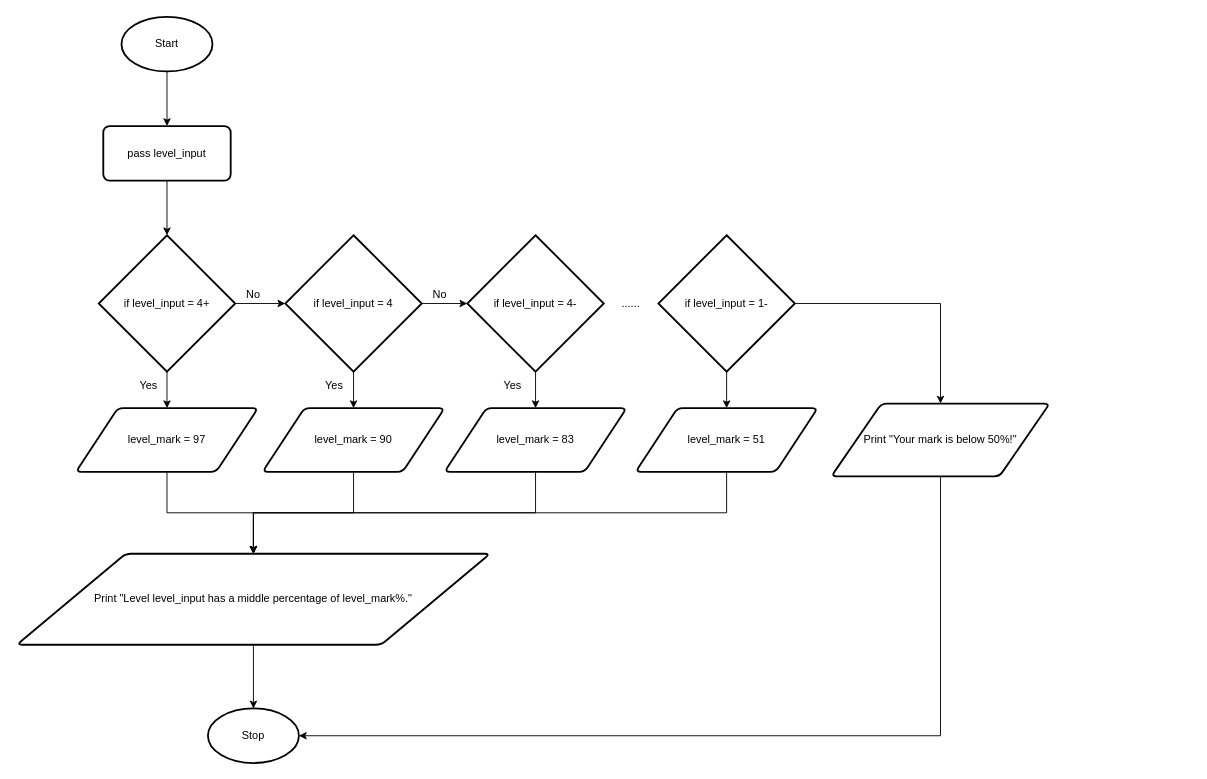
Earlier version of the draw.io diagram design.flowchart.drawio (Yiyun-Qin/ICS3U-Unit5-03-Python). Source tidied: cells renumbered, new cells numbered last; positions are measured from the earlier drawing's top-left corner, leaving out a move shared by most shapes. Both pictures are drawn from the tidied source at 91%, with x=0, y=0 at pixel (16, 16).
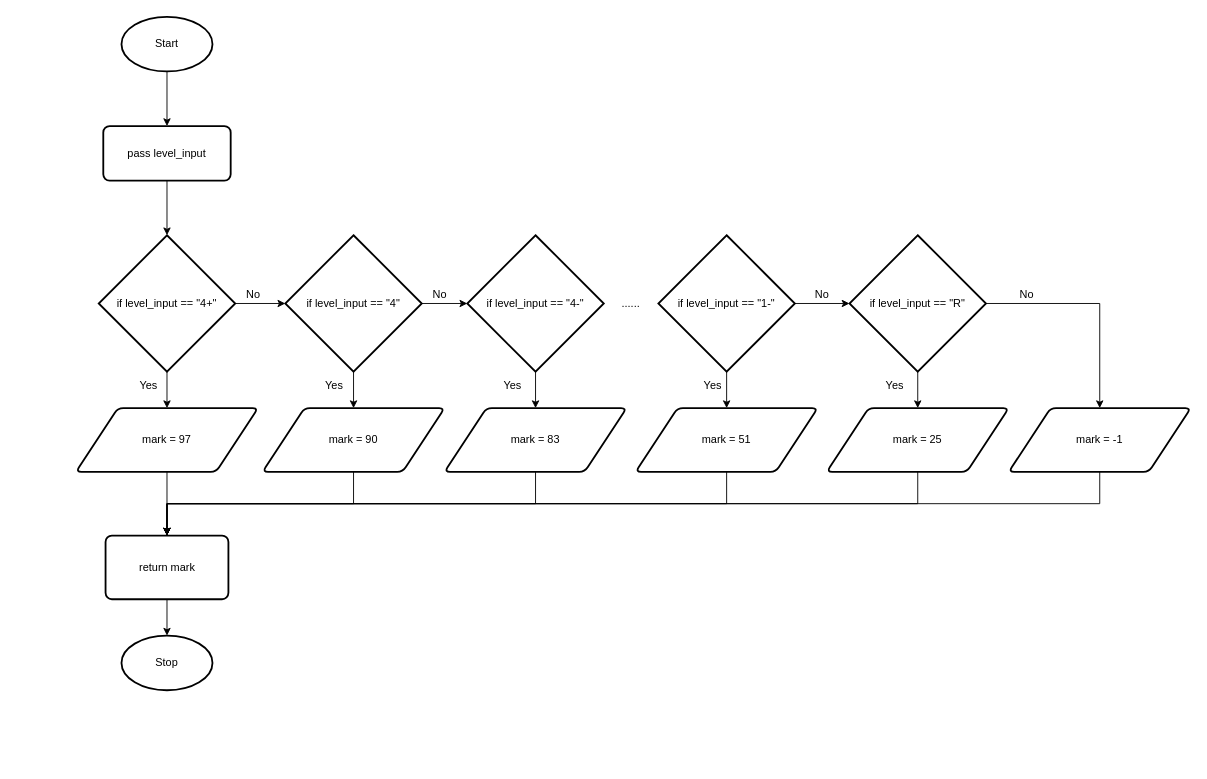
After the change.

Change to the diagram source:
```diff
@@
     <mxCell id="4" value="Stop" style="strokeWidth=2;html=1;shape=mxgraph.flowchart.start_1;whiteSpace=wrap;" parent="1" vertex="1">
-      <mxGeometry x="210" y="760" width="100" height="60" as="geometry" />
+      <mxGeometry x="115" y="680" width="100" height="60" as="geometry" />
     </mxCell>
@@
-    <mxCell id="7" style="edgeStyle=orthogonalEdgeStyle;rounded=0;html=1;exitX=0.5;exitY=1;exitDx=0;exitDy=0;entryX=0.5;entryY=0;entryDx=0;entryDy=0;" parent="1" edge="1" source="8" target="35">
-      <mxGeometry relative="1" as="geometry" />
-    </mxCell>
+    <mxCell id="36" style="edgeStyle=orthogonalEdgeStyle;rounded=0;html=1;exitX=0.5;exitY=1;exitDx=0;exitDy=0;entryX=0.5;entryY=0;entryDx=0;entryDy=0;" parent="1" edge="1" source="8" target="53">
+      <mxGeometry relative="1" as="geometry" />
+    </mxCell>
-    <mxCell id="8" value="level_mark = 97" style="shape=parallelogram;html=1;strokeWidth=2;perimeter=parallelogramPerimeter;whiteSpace=wrap;rounded=1;arcSize=12;size=0.23;" parent="1" vertex="1">
+    <mxCell id="8" value="mark = 97" style="shape=parallelogram;html=1;strokeWidth=2;perimeter=parallelogramPerimeter;whiteSpace=wrap;rounded=1;arcSize=12;size=0.23;" parent="1" vertex="1">
       <mxGeometry x="65" y="430" width="200" height="70" as="geometry" />
     </mxCell>
@@
-    <mxCell id="11" value="if level_input = 4+" style="strokeWidth=2;html=1;shape=mxgraph.flowchart.decision;whiteSpace=wrap;" parent="1" vertex="1">
+    <mxCell id="11" value="if level_input == &quot;4+&quot;" style="strokeWidth=2;html=1;shape=mxgraph.flowchart.decision;whiteSpace=wrap;" parent="1" vertex="1">
       <mxGeometry x="90" y="240" width="150" height="150" as="geometry" />
     </mxCell>
@@
-    <mxCell id="15" value="if level_input = 4" style="strokeWidth=2;html=1;shape=mxgraph.flowchart.decision;whiteSpace=wrap;" parent="1" vertex="1">
+    <mxCell id="15" value="if level_input == &quot;4&quot;" style="strokeWidth=2;html=1;shape=mxgraph.flowchart.decision;whiteSpace=wrap;" parent="1" vertex="1">
       <mxGeometry x="295" y="240" width="150" height="150" as="geometry" />
     </mxCell>
-    <mxCell id="16" style="edgeStyle=orthogonalEdgeStyle;rounded=0;html=1;exitX=0.5;exitY=1;exitDx=0;exitDy=0;entryX=0.5;entryY=0;entryDx=0;entryDy=0;" parent="1" edge="1" source="17" target="35">
-      <mxGeometry relative="1" as="geometry" />
-    </mxCell>
+    <mxCell id="37" style="edgeStyle=orthogonalEdgeStyle;rounded=0;html=1;exitX=0.5;exitY=1;exitDx=0;exitDy=0;entryX=0.5;entryY=0;entryDx=0;entryDy=0;" parent="1" edge="1" source="17" target="53">
+      <mxGeometry relative="1" as="geometry" />
+    </mxCell>
-    <mxCell id="17" value="level_mark = 90" style="shape=parallelogram;html=1;strokeWidth=2;perimeter=parallelogramPerimeter;whiteSpace=wrap;rounded=1;arcSize=12;size=0.23;" parent="1" vertex="1">
+    <mxCell id="17" value="mark = 90" style="shape=parallelogram;html=1;strokeWidth=2;perimeter=parallelogramPerimeter;whiteSpace=wrap;rounded=1;arcSize=12;size=0.23;" parent="1" vertex="1">
       <mxGeometry x="270" y="430" width="200" height="70" as="geometry" />
     </mxCell>
@@
-    <mxCell id="21" value="if level_input = 4-" style="strokeWidth=2;html=1;shape=mxgraph.flowchart.decision;whiteSpace=wrap;" parent="1" vertex="1">
+    <mxCell id="21" value="if level_input == &quot;4-&quot;" style="strokeWidth=2;html=1;shape=mxgraph.flowchart.decision;whiteSpace=wrap;" parent="1" vertex="1">
       <mxGeometry x="495" y="240" width="150" height="150" as="geometry" />
     </mxCell>
@@
-    <mxCell id="23" style="edgeStyle=orthogonalEdgeStyle;rounded=0;html=1;exitX=0.5;exitY=1;exitDx=0;exitDy=0;entryX=0.5;entryY=0;entryDx=0;entryDy=0;" parent="1" edge="1" source="24" target="35">
-      <mxGeometry relative="1" as="geometry" />
-    </mxCell>
+    <mxCell id="38" style="edgeStyle=orthogonalEdgeStyle;rounded=0;html=1;exitX=0.5;exitY=1;exitDx=0;exitDy=0;entryX=0.5;entryY=0;entryDx=0;entryDy=0;" parent="1" edge="1" source="24" target="53">
+      <mxGeometry relative="1" as="geometry" />
+    </mxCell>
-    <mxCell id="24" value="level_mark = 83" style="shape=parallelogram;html=1;strokeWidth=2;perimeter=parallelogramPerimeter;whiteSpace=wrap;rounded=1;arcSize=12;size=0.23;" parent="1" vertex="1">
+    <mxCell id="24" value="mark = 83" style="shape=parallelogram;html=1;strokeWidth=2;perimeter=parallelogramPerimeter;whiteSpace=wrap;rounded=1;arcSize=12;size=0.23;" parent="1" vertex="1">
       <mxGeometry x="470" y="430" width="200" height="70" as="geometry" />
     </mxCell>
@@
-    <mxCell id="28" style="edgeStyle=orthogonalEdgeStyle;html=1;exitX=1;exitY=0.5;exitDx=0;exitDy=0;exitPerimeter=0;entryX=0.5;entryY=0;entryDx=0;entryDy=0;rounded=0;" parent="1" edge="1" source="29" target="33">
-      <mxGeometry relative="1" as="geometry" />
-    </mxCell>
+    <mxCell id="39" style="edgeStyle=none;html=1;exitX=1;exitY=0.5;exitDx=0;exitDy=0;exitPerimeter=0;entryX=0;entryY=0.5;entryDx=0;entryDy=0;entryPerimeter=0;" parent="1" edge="1" source="29" target="43">
+      <mxGeometry relative="1" as="geometry" />
+    </mxCell>
-    <mxCell id="29" value="if level_input = 1-" style="strokeWidth=2;html=1;shape=mxgraph.flowchart.decision;whiteSpace=wrap;" parent="1" vertex="1">
+    <mxCell id="29" value="if level_input == &quot;1-&quot;" style="strokeWidth=2;html=1;shape=mxgraph.flowchart.decision;whiteSpace=wrap;" parent="1" vertex="1">
       <mxGeometry x="705" y="240" width="150" height="150" as="geometry" />
     </mxCell>
-    <mxCell id="30" style="edgeStyle=orthogonalEdgeStyle;rounded=0;html=1;exitX=0.5;exitY=1;exitDx=0;exitDy=0;entryX=0.5;entryY=0;entryDx=0;entryDy=0;" parent="1" edge="1" source="31" target="35">
-      <mxGeometry relative="1" as="geometry" />
-    </mxCell>
+    <mxCell id="40" style="edgeStyle=orthogonalEdgeStyle;rounded=0;html=1;exitX=0.5;exitY=1;exitDx=0;exitDy=0;entryX=0.5;entryY=0;entryDx=0;entryDy=0;" parent="1" edge="1" source="31" target="53">
+      <mxGeometry relative="1" as="geometry" />
+    </mxCell>
-    <mxCell id="31" value="level_mark = 51" style="shape=parallelogram;html=1;strokeWidth=2;perimeter=parallelogramPerimeter;whiteSpace=wrap;rounded=1;arcSize=12;size=0.23;" parent="1" vertex="1">
+    <mxCell id="31" value="mark = 51" style="shape=parallelogram;html=1;strokeWidth=2;perimeter=parallelogramPerimeter;whiteSpace=wrap;rounded=1;arcSize=12;size=0.23;" parent="1" vertex="1">
       <mxGeometry x="680" y="430" width="200" height="70" as="geometry" />
     </mxCell>
-    <mxCell id="32" style="edgeStyle=orthogonalEdgeStyle;rounded=0;html=1;exitX=0.5;exitY=1;exitDx=0;exitDy=0;entryX=1;entryY=0.5;entryDx=0;entryDy=0;entryPerimeter=0;" parent="1" edge="1" source="33" target="4">
-      <mxGeometry relative="1" as="geometry" />
-    </mxCell>
-    <mxCell id="33" value="Print &quot;Your mark is below 50%!&quot;" style="shape=parallelogram;html=1;strokeWidth=2;perimeter=parallelogramPerimeter;whiteSpace=wrap;rounded=1;arcSize=12;size=0.23;" parent="1" vertex="1">
-      <mxGeometry x="895" y="425" width="240" height="80" as="geometry" />
-    </mxCell>
-    <mxCell id="34" style="edgeStyle=orthogonalEdgeStyle;rounded=0;html=1;exitX=0.5;exitY=1;exitDx=0;exitDy=0;entryX=0.5;entryY=0;entryDx=0;entryDy=0;entryPerimeter=0;" parent="1" edge="1" source="35" target="4">
-      <mxGeometry relative="1" as="geometry" />
-    </mxCell>
-    <mxCell id="35" value="Print &quot;Level level_input has a middle percentage of level_mark%.&quot;" style="shape=parallelogram;html=1;strokeWidth=2;perimeter=parallelogramPerimeter;whiteSpace=wrap;rounded=1;arcSize=12;size=0.23;" parent="1" vertex="1">
-      <mxGeometry y="590" width="520" height="100" as="geometry" />
-    </mxCell>
+    <mxCell id="41" style="edgeStyle=none;html=1;exitX=0.5;exitY=1;exitDx=0;exitDy=0;exitPerimeter=0;entryX=0.5;entryY=0;entryDx=0;entryDy=0;" parent="1" edge="1" source="43" target="45">
+      <mxGeometry relative="1" as="geometry" />
+    </mxCell>
+    <mxCell id="42" style="edgeStyle=orthogonalEdgeStyle;html=1;exitX=1;exitY=0.5;exitDx=0;exitDy=0;exitPerimeter=0;entryX=0.5;entryY=0;entryDx=0;entryDy=0;rounded=0;" parent="1" edge="1" source="43" target="50">
+      <mxGeometry relative="1" as="geometry" />
+    </mxCell>
+    <mxCell id="43" value="if level_input == &quot;R&quot;" style="strokeWidth=2;html=1;shape=mxgraph.flowchart.decision;whiteSpace=wrap;" parent="1" vertex="1">
+      <mxGeometry x="915" y="240" width="150" height="150" as="geometry" />
+    </mxCell>
+    <mxCell id="44" style="edgeStyle=orthogonalEdgeStyle;rounded=0;html=1;exitX=0.5;exitY=1;exitDx=0;exitDy=0;entryX=0.5;entryY=0;entryDx=0;entryDy=0;" parent="1" edge="1" source="45" target="53">
+      <mxGeometry relative="1" as="geometry" />
+    </mxCell>
+    <mxCell id="45" value="mark = 25" style="shape=parallelogram;html=1;strokeWidth=2;perimeter=parallelogramPerimeter;whiteSpace=wrap;rounded=1;arcSize=12;size=0.23;" parent="1" vertex="1">
+      <mxGeometry x="890" y="430" width="200" height="70" as="geometry" />
+    </mxCell>
+    <mxCell id="46" value="Yes" style="text;html=1;strokeColor=none;fillColor=none;align=center;verticalAlign=middle;whiteSpace=wrap;rounded=0;" parent="1" vertex="1">
+      <mxGeometry x="745" y="390" width="40" height="30" as="geometry" />
+    </mxCell>
+    <mxCell id="47" value="No" style="text;html=1;strokeColor=none;fillColor=none;align=center;verticalAlign=middle;whiteSpace=wrap;rounded=0;" parent="1" vertex="1">
+      <mxGeometry x="865" y="290" width="40" height="30" as="geometry" />
+    </mxCell>
+    <mxCell id="48" value="Yes" style="text;html=1;strokeColor=none;fillColor=none;align=center;verticalAlign=middle;whiteSpace=wrap;rounded=0;" parent="1" vertex="1">
+      <mxGeometry x="945" y="390" width="40" height="30" as="geometry" />
+    </mxCell>
+    <mxCell id="49" style="edgeStyle=orthogonalEdgeStyle;rounded=0;html=1;exitX=0.5;exitY=1;exitDx=0;exitDy=0;entryX=0.5;entryY=0;entryDx=0;entryDy=0;" parent="1" edge="1" source="50" target="53">
+      <mxGeometry relative="1" as="geometry" />
+    </mxCell>
+    <mxCell id="50" value="mark = -1" style="shape=parallelogram;html=1;strokeWidth=2;perimeter=parallelogramPerimeter;whiteSpace=wrap;rounded=1;arcSize=12;size=0.23;" parent="1" vertex="1">
+      <mxGeometry x="1090" y="430" width="200" height="70" as="geometry" />
+    </mxCell>
+    <mxCell id="51" value="No" style="text;html=1;strokeColor=none;fillColor=none;align=center;verticalAlign=middle;whiteSpace=wrap;rounded=0;" parent="1" vertex="1">
+      <mxGeometry x="1090" y="290" width="40" height="30" as="geometry" />
+    </mxCell>
+    <mxCell id="52" style="edgeStyle=orthogonalEdgeStyle;rounded=0;html=1;exitX=0.5;exitY=1;exitDx=0;exitDy=0;entryX=0.5;entryY=0;entryDx=0;entryDy=0;entryPerimeter=0;" parent="1" edge="1" source="53" target="4">
+      <mxGeometry relative="1" as="geometry" />
+    </mxCell>
+    <mxCell id="53" value="return mark" style="rounded=1;whiteSpace=wrap;html=1;absoluteArcSize=1;arcSize=14;strokeWidth=2;" parent="1" vertex="1">
+      <mxGeometry x="97.5" y="570" width="135" height="70" as="geometry" />
+    </mxCell>
```
